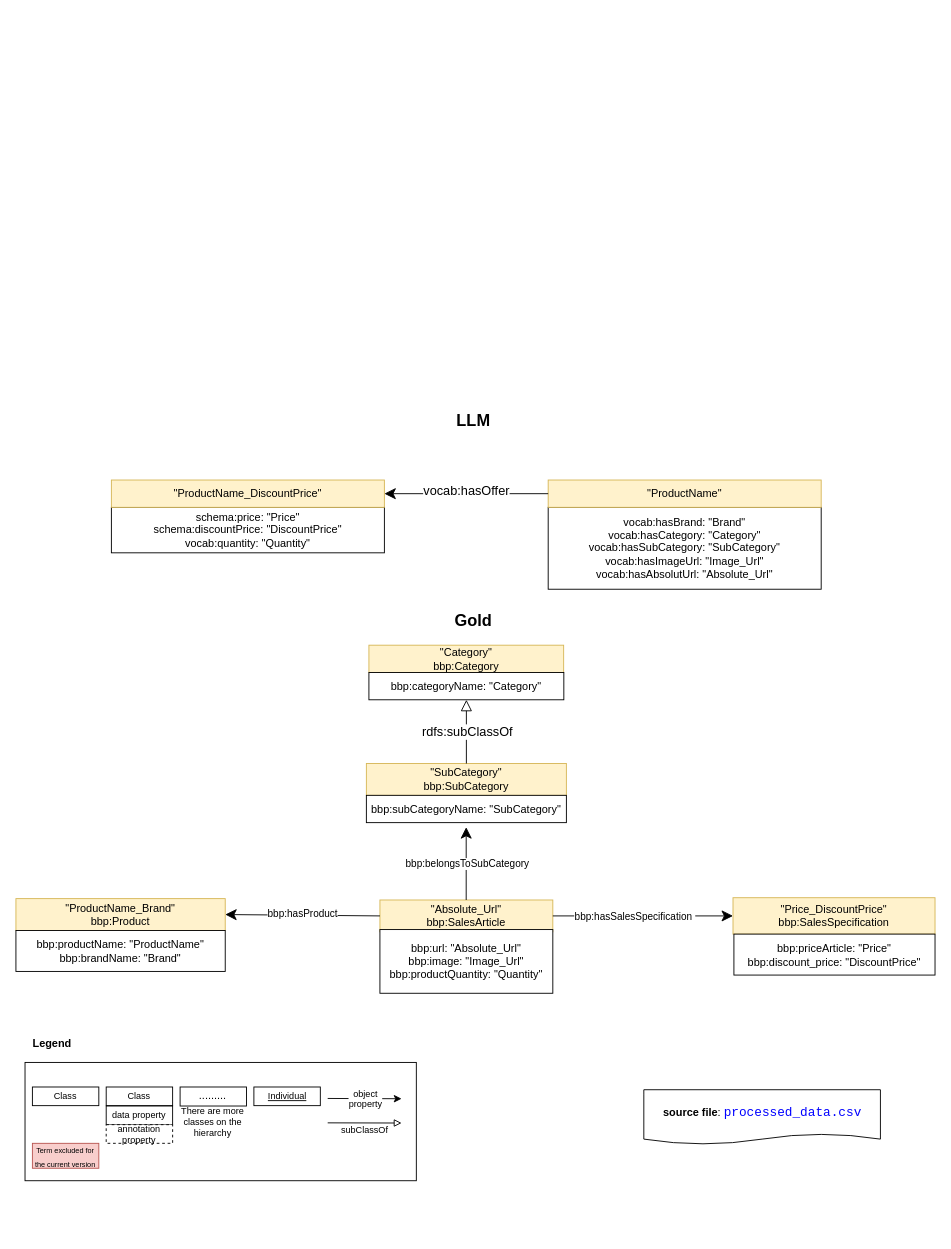
This is page "Gold-LLM" (7 of 11) of BigBasketProducts/Figures/bigBasketProducts.drawio from tecnomod-um/EvaluationGraphAlignmentMethods, a draw.io file, before an edit. Source tidied: cells renumbered, new cells numbered last; positions are measured from the earlier drawing's top-left corner, leaving out a move shared by most shapes. Both pictures are drawn from the tidied source at 91%, with x=0, y=0 at pixel (15, 407).
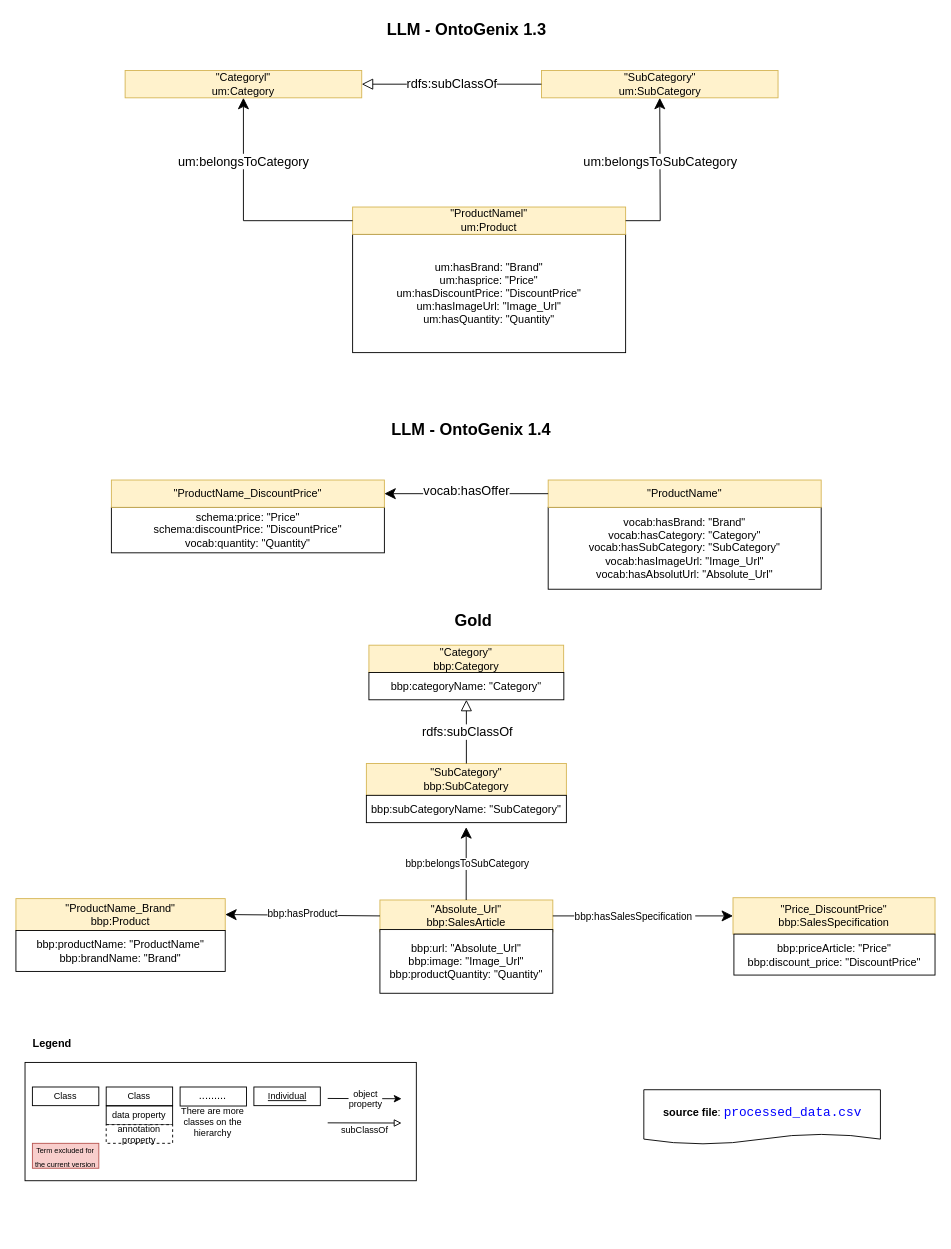
The same page after the edit.

Change to the diagram source:
```diff
@@
-    <mxCell id="34" value="&lt;font style=&quot;font-size: 18px;&quot;&gt;&lt;b&gt;LLM&lt;/b&gt;&lt;/font&gt;" style="text;html=1;strokeColor=none;fillColor=none;align=center;verticalAlign=middle;whiteSpace=wrap;rounded=0;dashed=1;fontSize=14;" parent="1" vertex="1">
-      <mxGeometry x="472.8" width="60" height="30" as="geometry" />
+    <mxCell id="34" value="&lt;font style=&quot;font-size: 18px;&quot;&gt;&lt;b&gt;LLM - OntoGenix 1.4&lt;/b&gt;&lt;/font&gt;" style="text;html=1;strokeColor=none;fillColor=none;align=center;verticalAlign=middle;whiteSpace=wrap;rounded=0;dashed=1;fontSize=14;" parent="1" vertex="1">
+      <mxGeometry x="399.4" y="10" width="202.8" height="30" as="geometry" />
     </mxCell>
@@
+    <mxCell id="38" value="um:hasBrand: &quot;Brand&quot;&lt;br&gt;um:hasprice: &quot;Price&quot;&lt;br&gt;um:hasDiscountPrice: &quot;DiscountPrice&quot;&lt;br&gt;um:hasImageUrl: &quot;Image_Url&quot;&lt;br&gt;um:hasQuantity: &quot;Quantity&quot;" style="rounded=0;whiteSpace=wrap;html=1;" parent="1" vertex="1">
+      <mxGeometry x="370" y="-190" width="300" height="130" as="geometry" />
+    </mxCell>
+    <mxCell id="39" value="&quot;ProductNamel&quot;&lt;br&gt;um:Product" style="rounded=0;whiteSpace=wrap;html=1;labelBackgroundColor=none;fillColor=#fff2cc;strokeColor=#d6b656;noLabel=0;" parent="1" vertex="1">
+      <mxGeometry x="370" y="-220" width="300" height="30" as="geometry" />
+    </mxCell>
+    <mxCell id="40" value="&quot;Categoryl&quot;&lt;br&gt;um:Category" style="rounded=0;whiteSpace=wrap;html=1;labelBackgroundColor=none;fillColor=#fff2cc;strokeColor=#d6b656;noLabel=0;" parent="1" vertex="1">
+      <mxGeometry x="120" y="-370" width="260" height="30" as="geometry" />
+    </mxCell>
+    <mxCell id="41" value="&quot;SubCategory&quot;&lt;br&gt;um:SubCategory" style="rounded=0;whiteSpace=wrap;html=1;labelBackgroundColor=none;fillColor=#fff2cc;strokeColor=#d6b656;noLabel=0;" parent="1" vertex="1">
+      <mxGeometry x="577.5" y="-370" width="260" height="30" as="geometry" />
+    </mxCell>
+    <mxCell id="42" value="um:belongsToCategory" style="endArrow=classic;html=1;rounded=0;fontSize=14;entryX=0.5;entryY=1;entryDx=0;entryDy=0;exitX=0;exitY=0.5;exitDx=0;exitDy=0;endSize=10;" parent="1" edge="1" source="39" target="40">
+      <mxGeometry x="0.45" relative="1" as="geometry">
+        <Array as="points">
+          <mxPoint x="250" y="-205" />
+        </Array>
+      </mxGeometry>
+    </mxCell>
+    <mxCell id="43" value="um:belongsToSubCategory" style="endArrow=classic;html=1;rounded=0;fontSize=14;entryX=0.5;entryY=1;entryDx=0;entryDy=0;exitX=1;exitY=0.5;exitDx=0;exitDy=0;endSize=10;" parent="1" edge="1" source="39" target="41">
+      <mxGeometry x="0.19" relative="1" as="geometry">
+        <Array as="points">
+          <mxPoint x="708" y="-205" />
+        </Array>
+      </mxGeometry>
+    </mxCell>
+    <mxCell id="44" value="rdfs:subClassOf" style="endArrow=block;html=1;rounded=0;fontSize=14;entryX=1;entryY=0.5;entryDx=0;entryDy=0;exitX=0;exitY=0.5;exitDx=0;exitDy=0;endFill=0;strokeWidth=1;endSize=10;" parent="1" edge="1" source="41" target="40">
+      <mxGeometry relative="1" as="geometry" />
+    </mxCell>
+    <mxCell id="45" value="&lt;font style=&quot;font-size: 18px;&quot;&gt;&lt;b&gt;LLM - OntoGenix 1.3&lt;/b&gt;&lt;/font&gt;" style="text;html=1;strokeColor=none;fillColor=none;align=center;verticalAlign=middle;whiteSpace=wrap;rounded=0;dashed=1;fontSize=14;" parent="1" vertex="1">
+      <mxGeometry x="393.6" y="-430" width="202.8" height="30" as="geometry" />
+    </mxCell>
```
